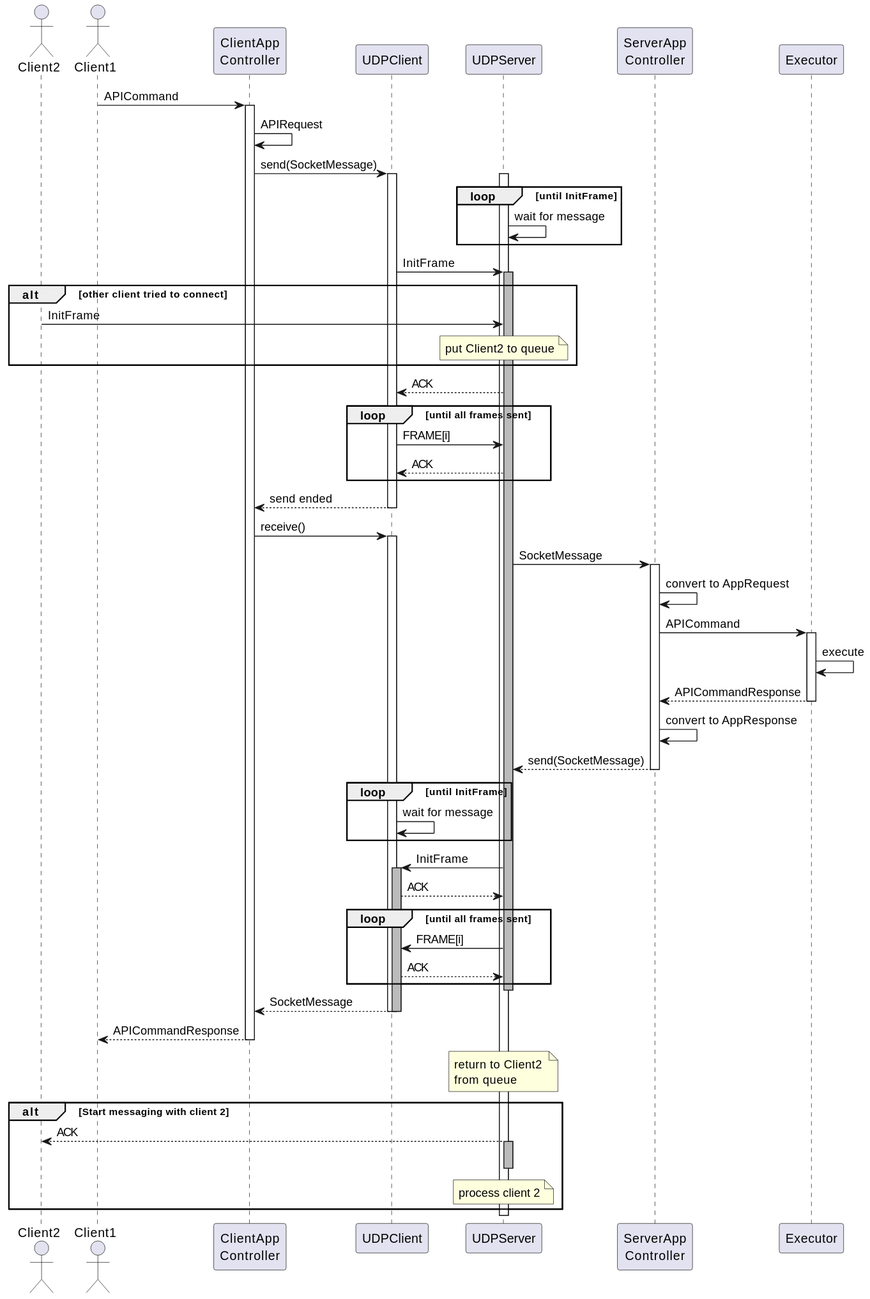
BardinPetr/itmo-programming-lab-5 keeps this PlantUML diagram as docs/diagrams/img/network.svg. Above is the earlier version.
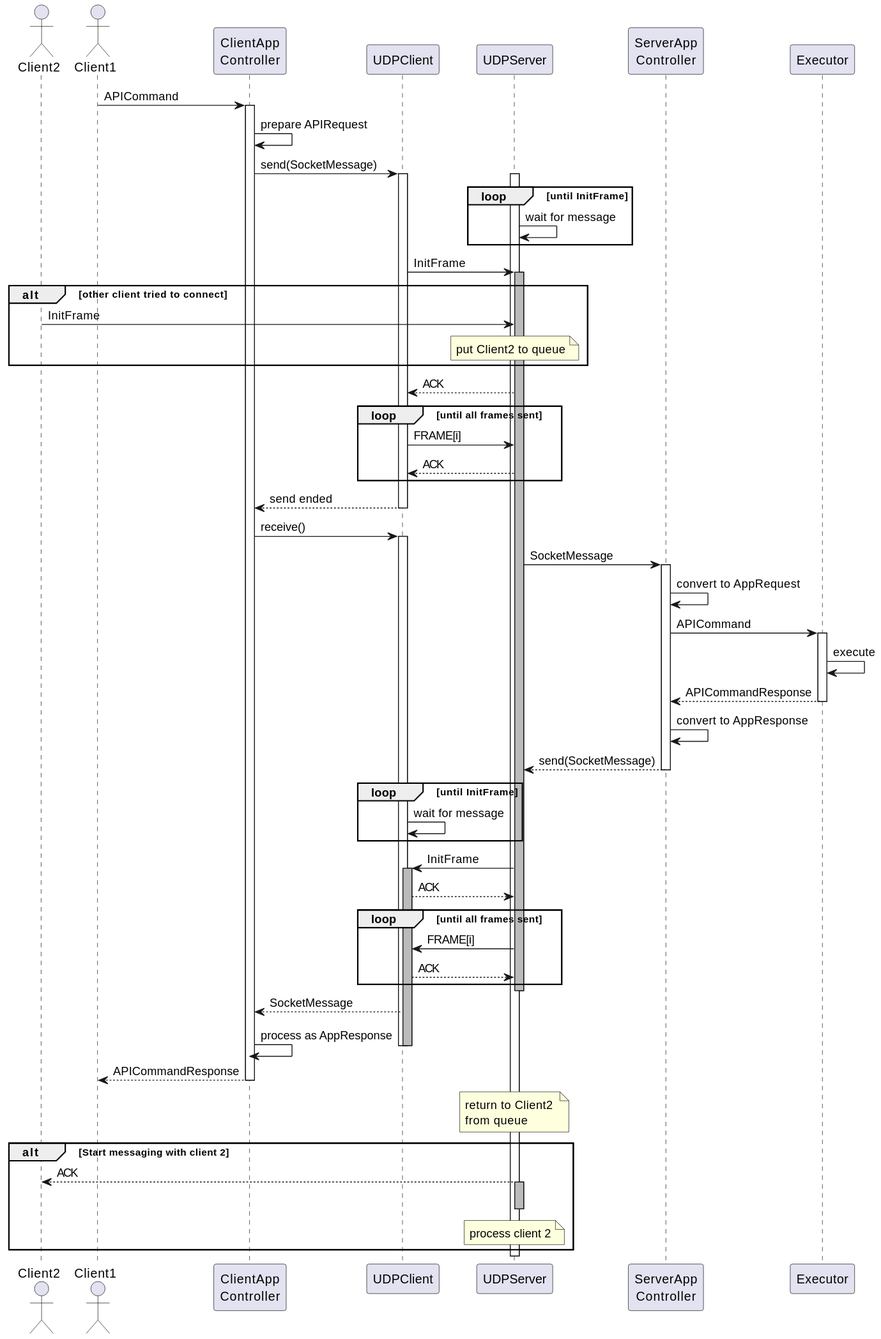
Later version of the same file.

Change to the diagram source:
```diff
@@ -10,7 +10,7 @@
 
 U -> CA: APICommand
 activate CA
-CA -> CA: APIRequest
+CA -> CA: prepare APIRequest
 
 CA -> C: send(SocketMessage)
 
@@ -72,6 +72,7 @@
 deactivate S
 
 C --> CA: SocketMessage
+CA -> CA: process as AppResponse
 deactivate C
 deactivate C
 
```
